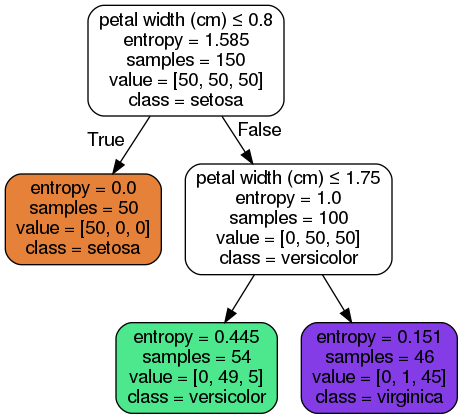
erachelson/IntroML keeps this Graphviz diagram as 6 - Random Forests/iris_dt2.png. Above is the earlier version. Its source is kept beside it as 6 - Random Forests/iris_dt2.dot. Source of this version:
```dot
digraph Tree {
node [shape=box, style="filled, rounded", color="black", fontname=helvetica] ;
edge [fontname=helvetica] ;
0 [label=<petal width (cm) &le; 0.8<br/>entropy = 1.585<br/>samples = 150<br/>value = [50, 50, 50]<br/>class = setosa>, fillcolor="#ffffff"] ;
1 [label=<entropy = 0.0<br/>samples = 50<br/>value = [50, 0, 0]<br/>class = setosa>, fillcolor="#e58139"] ;
0 -> 1 [labeldistance=2.5, labelangle=45, headlabel="True"] ;
2 [label=<petal width (cm) &le; 1.75<br/>entropy = 1.0<br/>samples = 100<br/>value = [0, 50, 50]<br/>class = versicolor>, fillcolor="#ffffff"] ;
0 -> 2 [labeldistance=2.5, labelangle=-45, headlabel="False"] ;
3 [label=<entropy = 0.445<br/>samples = 54<br/>value = [0, 49, 5]<br/>class = versicolor>, fillcolor="#4de88e"] ;
2 -> 3 ;
4 [label=<entropy = 0.151<br/>samples = 46<br/>value = [0, 1, 45]<br/>class = virginica>, fillcolor="#843de6"] ;
2 -> 4 ;
}
```
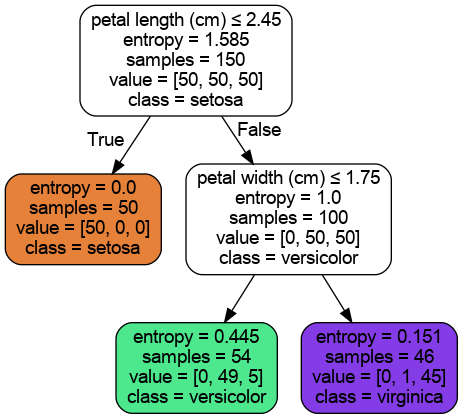
After the commit.

The edit, as a diff of the source:
```diff
@@ -1,7 +1,7 @@
 digraph Tree {
-node [shape=box, style="filled, rounded", color="black", fontname=helvetica] ;
-edge [fontname=helvetica] ;
-0 [label=<petal width (cm) &le; 0.8<br/>entropy = 1.585<br/>samples = 150<br/>value = [50, 50, 50]<br/>class = setosa>, fillcolor="#ffffff"] ;
+node [shape=box, style="filled, rounded", color="black", fontname="helvetica"] ;
+edge [fontname="helvetica"] ;
+0 [label=<petal length (cm) &le; 2.45<br/>entropy = 1.585<br/>samples = 150<br/>value = [50, 50, 50]<br/>class = setosa>, fillcolor="#ffffff"] ;
 1 [label=<entropy = 0.0<br/>samples = 50<br/>value = [50, 0, 0]<br/>class = setosa>, fillcolor="#e58139"] ;
 0 -> 1 [labeldistance=2.5, labelangle=45, headlabel="True"] ;
 2 [label=<petal width (cm) &le; 1.75<br/>entropy = 1.0<br/>samples = 100<br/>value = [0, 50, 50]<br/>class = versicolor>, fillcolor="#ffffff"] ;
```
